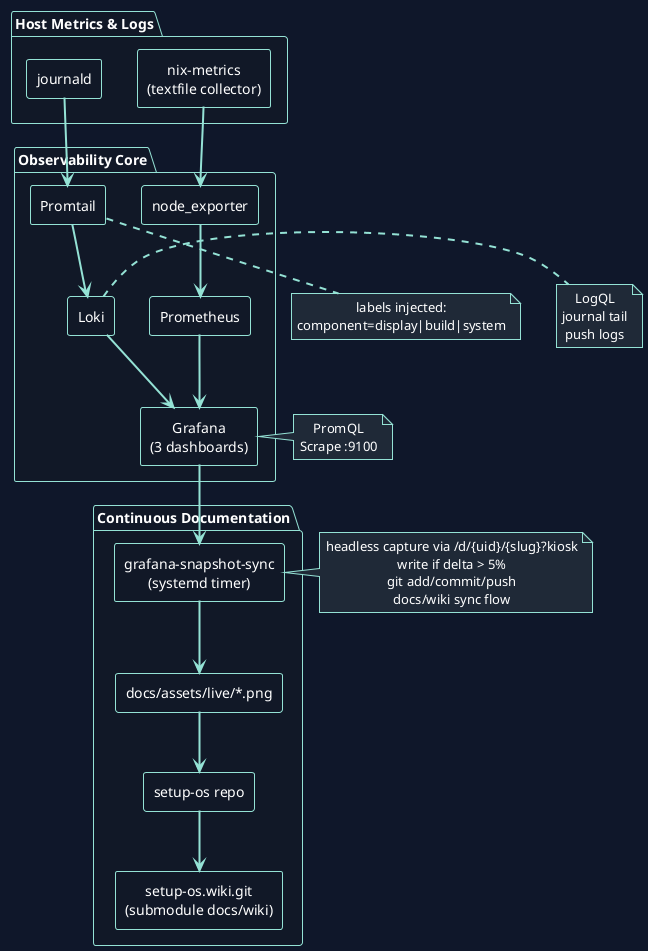
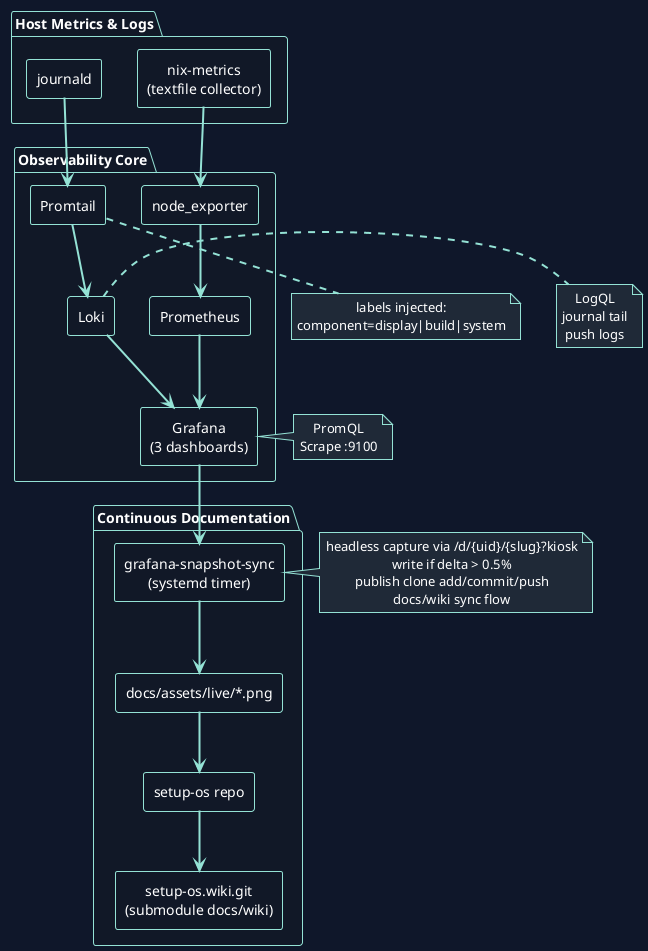
@startuml
!theme plain
skinparam backgroundColor #0f172a
skinparam defaultTextAlignment center
skinparam defaultFontColor #ffffff
skinparam ArrowFontColor #ffffff
skinparam ArrowColor #94e2d5
skinparam ArrowThickness 2
skinparam packageBorderColor #94e2d5
skinparam packageBackgroundColor #111827
skinparam packageFontColor #ffffff
skinparam packageArrowFontColor #ffffff
skinparam rectangleBorderColor #94e2d5
skinparam rectangleBackgroundColor #111827
skinparam rectangleFontColor #ffffff
skinparam rectangleArrowFontColor #ffffff
skinparam noteBackgroundColor #1f2937
skinparam noteBorderColor #94e2d5
skinparam noteFontColor #ffffff

package "Host Metrics & Logs" {
  rectangle "nix-metrics\n(textfile collector)" as nix_metrics
  rectangle "journald" as journald
}

package "Observability Core" {
  rectangle "node_exporter" as node_exporter
  rectangle "Prometheus" as prometheus
  rectangle "Promtail" as promtail
  rectangle "Loki" as loki
  rectangle "Grafana\n(3 dashboards)" as grafana
}

package "Continuous Documentation" {
  rectangle "grafana-snapshot-sync\n(systemd timer)" as snapshot
  rectangle "docs/assets/live/*.png" as pngs
  rectangle "setup-os repo" as repo
  rectangle "setup-os.wiki.git\n(submodule docs/wiki)" as wiki
}

nix_metrics --> node_exporter

node_exporter --> prometheus

prometheus --> grafana

note right of grafana
PromQL
Scrape :9100
end note

journald --> promtail

promtail --> loki

loki --> grafana

note right of loki
LogQL
journal tail
push logs
end note

grafana --> snapshot

snapshot --> pngs

pngs --> repo

repo --> wiki

note right of snapshot
headless capture via /d/{uid}/{slug}?kiosk
- write if delta > 5%
- git add/commit/push
+ write if delta > 0.5%
+ publish clone add/commit/push
docs/wiki sync flow
end note

note bottom of promtail
labels injected:
component=display|build|system
end note

@enduml
